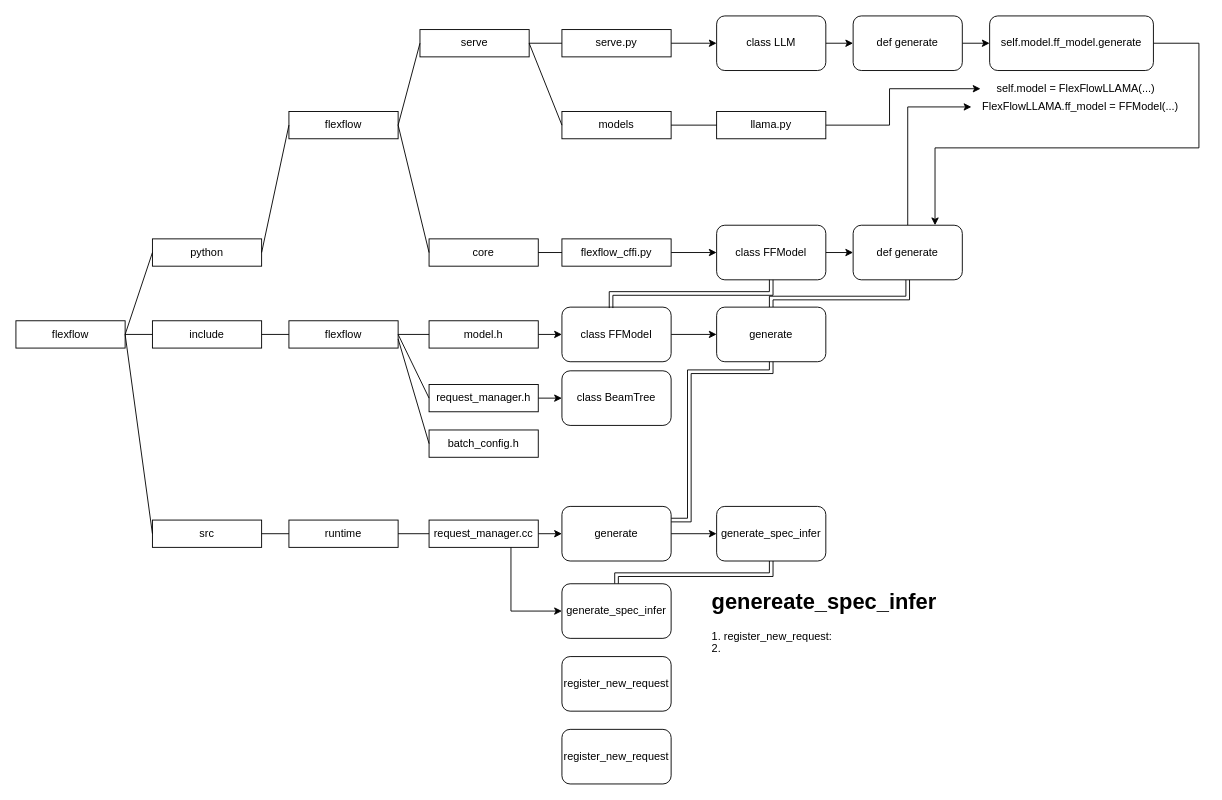
KnowingNothing/ZSZ_Samples keeps this draw.io diagram as study/system/flexflow_spec_infer_logic.drawio. Above is the earlier version. Source tidied: cells renumbered, new cells numbered last; positions are measured from the earlier drawing's top-left corner, leaving out a move shared by most shapes. Both pictures are drawn from the tidied source at 91%, with x=0, y=0 at pixel (15, 15).
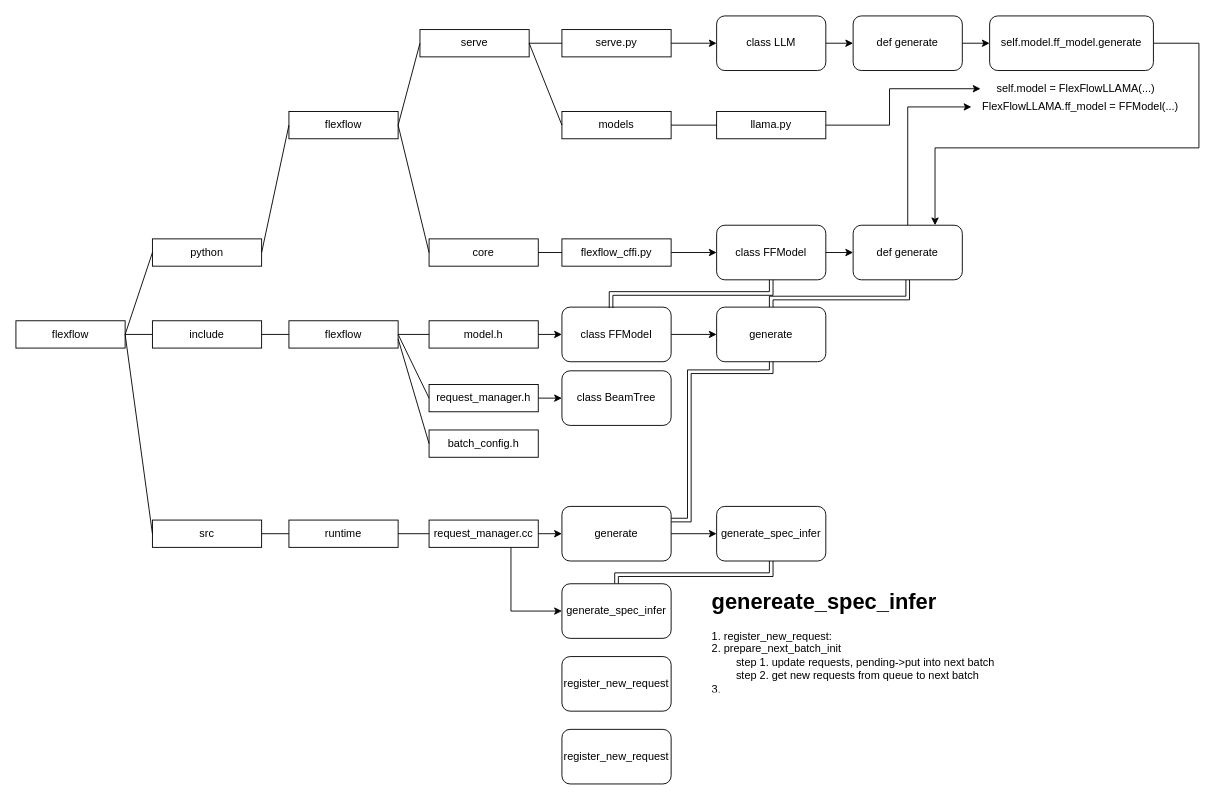
Above is the later version.

What changed in the source:
```diff
@@
-    <mxCell id="60" value="&lt;h1&gt;genereate_spec_infer&lt;/h1&gt;&lt;div&gt;1. register_new_request:&amp;nbsp;&lt;/div&gt;&lt;div&gt;2.&amp;nbsp;&lt;/div&gt;" style="text;html=1;strokeColor=none;fillColor=none;spacing=5;spacingTop=-20;whiteSpace=wrap;overflow=hidden;rounded=0;" parent="1" vertex="1">
+    <mxCell id="60" value="&lt;h1&gt;genereate_spec_infer&lt;/h1&gt;&lt;div&gt;1. register_new_request:&amp;nbsp;&lt;/div&gt;&lt;div&gt;2. prepare_next_batch_init&lt;/div&gt;&lt;div&gt;&lt;span style=&quot;white-space: pre;&quot;&gt;&#9;&lt;/span&gt;step 1. update requests, pending-&amp;gt;put into next batch&lt;br&gt;&lt;/div&gt;&lt;div&gt;&amp;nbsp; &amp;nbsp; &amp;nbsp; &amp;nbsp; step 2. get new requests from queue to next batch&lt;/div&gt;&lt;div&gt;3.&amp;nbsp;&lt;/div&gt;" style="text;html=1;strokeColor=none;fillColor=none;spacing=5;spacingTop=-20;whiteSpace=wrap;overflow=hidden;rounded=0;" parent="1" vertex="1">
       <mxGeometry x="760" y="624" width="410" height="120" as="geometry" />
     </mxCell>
```
